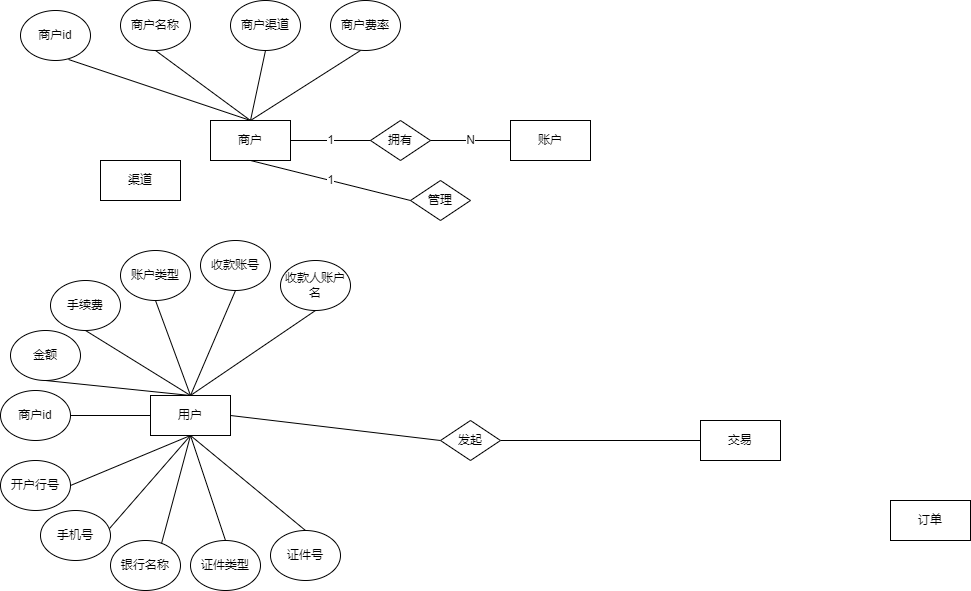
The draw.io diagram 代付E-R图1.png in songyibo2019/mydiagrams, before a commit. Source tidied: cells renumbered, new cells last; positions are measured from the earlier drawing's top-left corner, leaving out a move shared by most shapes.
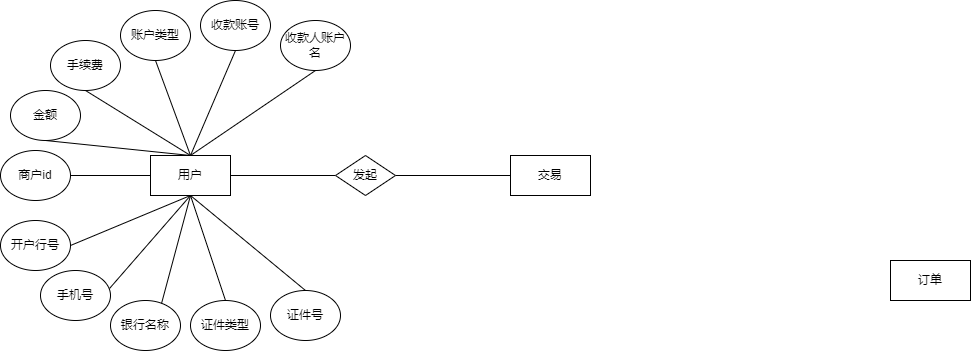
After the commit.

What changed in the source:
```diff
@@ -2,70 +2,15 @@
   <root>
     <mxCell id="0" />
     <mxCell id="1" parent="0" />
-    <mxCell id="2" value="商户" style="rounded=0;whiteSpace=wrap;html=1;" parent="1" vertex="1">
-      <mxGeometry x="210" y="120" width="80" height="40" as="geometry" />
-    </mxCell>
-    <mxCell id="3" value="商户id" style="ellipse;whiteSpace=wrap;html=1;" parent="1" vertex="1">
-      <mxGeometry x="20" y="10" width="70" height="50" as="geometry" />
-    </mxCell>
     <mxCell id="4" value="用户" style="rounded=0;whiteSpace=wrap;html=1;" parent="1" vertex="1">
       <mxGeometry x="150" y="395" width="80" height="40" as="geometry" />
     </mxCell>
-    <mxCell id="5" value="账户" style="rounded=0;whiteSpace=wrap;html=1;" parent="1" vertex="1">
-      <mxGeometry x="510" y="120" width="80" height="40" as="geometry" />
-    </mxCell>
-    <mxCell id="6" value="商户渠道" style="ellipse;whiteSpace=wrap;html=1;" parent="1" vertex="1">
-      <mxGeometry x="230" width="70" height="50" as="geometry" />
-    </mxCell>
-    <mxCell id="7" value="商户名称" style="ellipse;whiteSpace=wrap;html=1;" parent="1" vertex="1">
-      <mxGeometry x="120" width="70" height="50" as="geometry" />
-    </mxCell>
-    <mxCell id="8" style="endArrow=none;html=1;rounded=0;entryX=0.5;entryY=1;entryDx=0;entryDy=0;exitX=0.5;exitY=0;exitDx=0;exitDy=0;" parent="1" edge="1" source="2" target="6">
-      <mxGeometry relative="1" as="geometry" />
-    </mxCell>
-    <mxCell id="9" style="endArrow=none;html=1;rounded=0;entryX=0.5;entryY=1;entryDx=0;entryDy=0;exitX=0.5;exitY=0;exitDx=0;exitDy=0;" parent="1" edge="1" source="2" target="7">
-      <mxGeometry relative="1" as="geometry" />
-    </mxCell>
-    <mxCell id="10" style="endArrow=none;html=1;rounded=0;entryX=0.686;entryY=0.98;entryDx=0;entryDy=0;entryPerimeter=0;" parent="1" edge="1" target="3">
-      <mxGeometry relative="1" as="geometry">
-        <mxPoint x="250" y="120" as="sourcePoint" />
-      </mxGeometry>
-    </mxCell>
-    <mxCell id="11" value="拥有" style="rhombus;whiteSpace=wrap;html=1;" parent="1" vertex="1">
-      <mxGeometry x="370" y="120" width="60" height="40" as="geometry" />
-    </mxCell>
-    <mxCell id="12" value="1" style="endArrow=none;html=1;rounded=0;entryX=0;entryY=0.5;entryDx=0;entryDy=0;" parent="1" edge="1" target="11">
-      <mxGeometry relative="1" as="geometry">
-        <mxPoint x="290" y="140" as="sourcePoint" />
-      </mxGeometry>
-    </mxCell>
-    <mxCell id="13" value="渠道" style="rounded=0;whiteSpace=wrap;html=1;" parent="1" vertex="1">
-      <mxGeometry x="100" y="160" width="80" height="40" as="geometry" />
-    </mxCell>
     <mxCell id="14" value="订单" style="rounded=0;whiteSpace=wrap;html=1;" parent="1" vertex="1">
       <mxGeometry x="890" y="500" width="80" height="40" as="geometry" />
     </mxCell>
     <mxCell id="15" value="交易" style="rounded=0;whiteSpace=wrap;html=1;" parent="1" vertex="1">
-      <mxGeometry x="700" y="420" width="80" height="40" as="geometry" />
+      <mxGeometry x="510" y="395" width="80" height="40" as="geometry" />
     </mxCell>
-    <mxCell id="16" value="N" style="endArrow=none;html=1;rounded=0;exitX=1;exitY=0.5;exitDx=0;exitDy=0;entryX=0;entryY=0.5;entryDx=0;entryDy=0;" parent="1" edge="1" source="11" target="5">
-      <mxGeometry relative="1" as="geometry" />
-    </mxCell>
-    <mxCell id="17" value="管理" style="rhombus;whiteSpace=wrap;html=1;" parent="1" vertex="1">
-      <mxGeometry x="410" y="180" width="60" height="40" as="geometry" />
-    </mxCell>
-    <mxCell id="18" value="1" style="endArrow=none;html=1;rounded=0;entryX=0;entryY=0.5;entryDx=0;entryDy=0;exitX=0.5;exitY=1;exitDx=0;exitDy=0;exitPerimeter=0;" parent="1" edge="1" source="2" target="17">
-      <mxGeometry relative="1" as="geometry" />
-    </mxCell>
-    <mxCell id="19" value="商户费率" style="ellipse;whiteSpace=wrap;html=1;" parent="1" vertex="1">
-      <mxGeometry x="330" width="70" height="50" as="geometry" />
-    </mxCell>
-    <mxCell id="20" style="endArrow=none;html=1;rounded=0;entryX=0.5;entryY=1;entryDx=0;entryDy=0;" parent="1" edge="1">
-      <mxGeometry relative="1" as="geometry">
-        <mxPoint x="250" y="120" as="sourcePoint" />
-        <mxPoint x="360" y="50" as="targetPoint" />
-      </mxGeometry>
-    </mxCell>
     <mxCell id="21" style="endArrow=none;html=1;rounded=0;exitX=1;exitY=0.5;exitDx=0;exitDy=0;entryX=0;entryY=0.5;entryDx=0;entryDy=0;" parent="1" edge="1" source="4" target="29">
       <mxGeometry relative="1" as="geometry" />
     </mxCell>
@@ -91,7 +36,7 @@
       <mxGeometry relative="1" as="geometry" />
     </mxCell>
     <mxCell id="29" value="发起" style="rhombus;whiteSpace=wrap;html=1;" parent="1" vertex="1">
-      <mxGeometry x="440" y="420" width="60" height="40" as="geometry" />
+      <mxGeometry x="335" y="395" width="60" height="40" as="geometry" />
     </mxCell>
     <mxCell id="30" value="账户类型" style="ellipse;whiteSpace=wrap;html=1;" parent="1" vertex="1">
       <mxGeometry x="120" y="250" width="70" height="50" as="geometry" />
```
